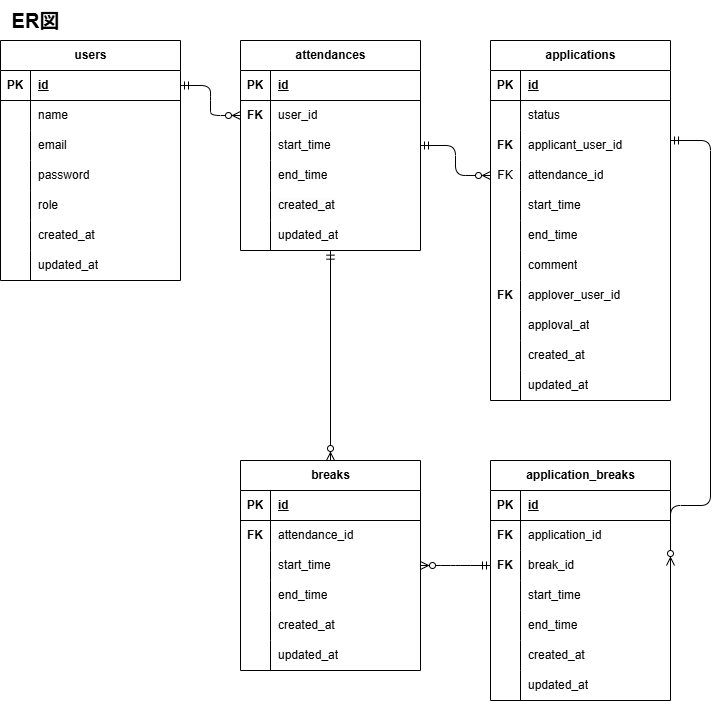
nayu1011/chronoworks keeps this draw.io diagram as docs/ERD.drawio.png. Above is the earlier version. Source tidied: cells renumbered, new cells last; positions are measured from the earlier drawing's top-left corner, leaving out a move shared by most shapes.
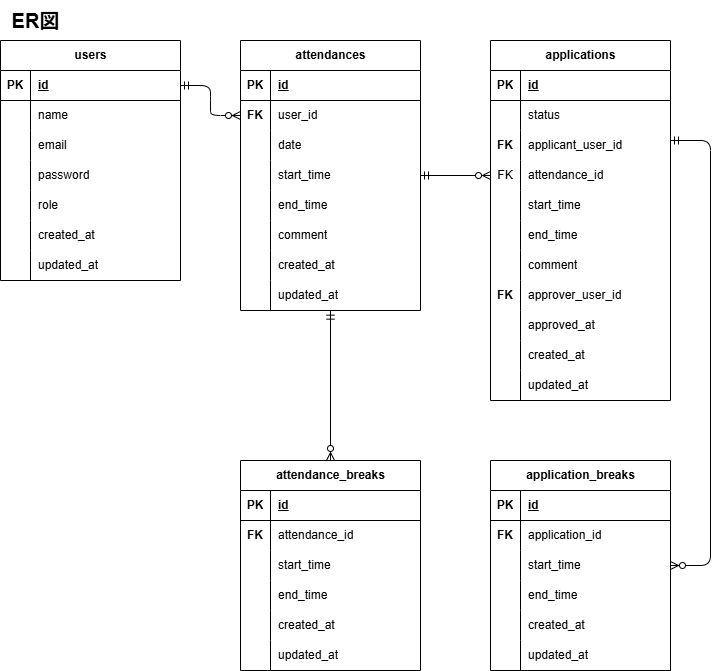
After the change.

What changed in the source:
```diff
@@ -1,4 +1,4 @@
-<mxGraphModel>
+<mxGraphModel background="#FFFFFF">
   <root>
     <mxCell id="0" />
     <mxCell id="1" parent="0" />
@@ -72,7 +72,7 @@
       <mxGeometry width="70" height="40" as="geometry" />
     </mxCell>
     <mxCell id="25" value="attendances" style="shape=table;startSize=30;rowLines=0;fontStyle=1;align=center;html=1;" parent="1" vertex="1">
-      <mxGeometry x="240" y="40" width="180" height="210" as="geometry" />
+      <mxGeometry x="240" y="40" width="180" height="270" as="geometry" />
     </mxCell>
     <mxCell id="26" style="shape=tableRow;horizontal=0;startSize=0;swimlaneHead=0;swimlaneBody=0;fillColor=none;top=0;left=0;right=0;bottom=1;" parent="25" vertex="1">
       <mxGeometry y="30" width="180" height="30" as="geometry" />
@@ -92,8 +92,17 @@
     <mxCell id="31" value="user_id" style="shape=partialRectangle;fillColor=none;top=0;left=0;bottom=0;right=0;align=left;spacingLeft=6;overflow=hidden;whiteSpace=wrap;html=1;" parent="29" vertex="1">
       <mxGeometry x="30" width="150" height="30" as="geometry" />
     </mxCell>
+    <mxCell id="104" style="shape=tableRow;horizontal=0;startSize=0;swimlaneHead=0;swimlaneBody=0;fillColor=none;points=[[0,0.5],[1,0.5]];portConstraint=eastwest;top=0;left=0;right=0;bottom=0;" parent="25" vertex="1">
+      <mxGeometry y="90" width="180" height="30" as="geometry" />
+    </mxCell>
+    <mxCell id="124" style="shape=partialRectangle;fillColor=none;top=0;left=0;bottom=0;right=0;overflow=hidden;whiteSpace=wrap;html=1;" parent="104" vertex="1">
+      <mxGeometry width="30" height="30" as="geometry" />
+    </mxCell>
+    <mxCell id="125" value="date" style="shape=partialRectangle;fillColor=none;top=0;left=0;bottom=0;right=0;align=left;spacingLeft=6;overflow=hidden;whiteSpace=wrap;html=1;" parent="104" vertex="1">
+      <mxGeometry x="30" width="150" height="30" as="geometry" />
+    </mxCell>
     <mxCell id="32" style="shape=tableRow;horizontal=0;startSize=0;swimlaneHead=0;swimlaneBody=0;fillColor=none;points=[[0,0.5],[1,0.5]];portConstraint=eastwest;top=0;left=0;right=0;bottom=0;" parent="25" vertex="1">
-      <mxGeometry y="90" width="180" height="30" as="geometry" />
+      <mxGeometry y="120" width="180" height="30" as="geometry" />
     </mxCell>
     <mxCell id="33" style="shape=partialRectangle;fillColor=none;top=0;left=0;bottom=0;right=0;overflow=hidden;whiteSpace=wrap;html=1;" parent="32" vertex="1">
       <mxGeometry width="30" height="30" as="geometry" />
@@ -102,7 +111,7 @@
       <mxGeometry x="30" width="150" height="30" as="geometry" />
     </mxCell>
     <mxCell id="35" style="shape=tableRow;horizontal=0;startSize=0;swimlaneHead=0;swimlaneBody=0;fillColor=none;top=0;left=0;right=0;bottom=0;" parent="25" vertex="1">
-      <mxGeometry y="120" width="180" height="30" as="geometry" />
+      <mxGeometry y="150" width="180" height="30" as="geometry" />
     </mxCell>
     <mxCell id="36" style="shape=partialRectangle;fillColor=none;top=0;left=0;bottom=0;right=0;overflow=hidden;whiteSpace=wrap;html=1;" parent="35" vertex="1">
       <mxGeometry width="30" height="30" as="geometry" />
@@ -110,8 +119,17 @@
     <mxCell id="37" value="end_time" style="shape=partialRectangle;fillColor=none;top=0;left=0;bottom=0;right=0;align=left;spacingLeft=6;overflow=hidden;whiteSpace=wrap;html=1;" parent="35" vertex="1">
       <mxGeometry x="30" width="150" height="30" as="geometry" />
     </mxCell>
+    <mxCell id="126" style="shape=tableRow;horizontal=0;startSize=0;swimlaneHead=0;swimlaneBody=0;fillColor=none;top=0;left=0;right=0;bottom=0;" parent="25" vertex="1">
+      <mxGeometry y="180" width="180" height="30" as="geometry" />
+    </mxCell>
+    <mxCell id="127" style="shape=partialRectangle;fillColor=none;top=0;left=0;bottom=0;right=0;overflow=hidden;whiteSpace=wrap;html=1;" parent="126" vertex="1">
+      <mxGeometry width="30" height="30" as="geometry" />
+    </mxCell>
+    <mxCell id="128" value="comment" style="shape=partialRectangle;fillColor=none;top=0;left=0;bottom=0;right=0;align=left;spacingLeft=6;overflow=hidden;whiteSpace=wrap;html=1;" parent="126" vertex="1">
+      <mxGeometry x="30" width="150" height="30" as="geometry" />
+    </mxCell>
     <mxCell id="38" style="shape=tableRow;horizontal=0;startSize=0;swimlaneHead=0;swimlaneBody=0;fillColor=none;top=0;left=0;right=0;bottom=0;" parent="25" vertex="1">
-      <mxGeometry y="150" width="180" height="30" as="geometry" />
+      <mxGeometry y="210" width="180" height="30" as="geometry" />
     </mxCell>
     <mxCell id="39" style="shape=partialRectangle;fillColor=none;top=0;left=0;bottom=0;right=0;overflow=hidden;whiteSpace=wrap;html=1;" parent="38" vertex="1">
       <mxGeometry width="30" height="30" as="geometry" />
@@ -120,7 +138,7 @@
       <mxGeometry x="30" width="150" height="30" as="geometry" />
     </mxCell>
     <mxCell id="41" style="shape=tableRow;horizontal=0;startSize=0;swimlaneHead=0;swimlaneBody=0;fillColor=none;points=[[0,0.5],[1,0.5]];portConstraint=eastwest;top=0;left=0;right=0;bottom=0;" parent="25" vertex="1">
-      <mxGeometry y="180" width="180" height="30" as="geometry" />
+      <mxGeometry y="240" width="180" height="30" as="geometry" />
     </mxCell>
     <mxCell id="42" style="shape=partialRectangle;fillColor=none;top=0;left=0;bottom=0;right=0;overflow=hidden;whiteSpace=wrap;html=1;" parent="41" vertex="1">
       <mxGeometry width="30" height="30" as="geometry" />
@@ -128,7 +146,7 @@
     <mxCell id="43" value="updated_at" style="shape=partialRectangle;fillColor=none;top=0;left=0;bottom=0;right=0;align=left;spacingLeft=6;overflow=hidden;whiteSpace=wrap;html=1;" parent="41" vertex="1">
       <mxGeometry x="30" width="150" height="30" as="geometry" />
     </mxCell>
-    <mxCell id="44" value="breaks" style="shape=table;startSize=30;rowLines=0;fontStyle=1;align=center;html=1;" parent="1" vertex="1">
+    <mxCell id="44" value="attendance_breaks" style="shape=table;startSize=30;rowLines=0;fontStyle=1;align=center;html=1;" parent="1" vertex="1">
       <mxGeometry x="240" y="460" width="180" height="210" as="geometry" />
     </mxCell>
     <mxCell id="45" style="shape=tableRow;horizontal=0;startSize=0;swimlaneHead=0;swimlaneBody=0;fillColor=none;top=0;left=0;right=0;bottom=1;" parent="44" vertex="1">
@@ -257,7 +275,7 @@
     <mxCell id="86" value="&lt;b&gt;FK&lt;/b&gt;" style="shape=partialRectangle;fillColor=none;top=0;left=0;bottom=0;right=0;overflow=hidden;whiteSpace=wrap;html=1;" parent="85" vertex="1">
       <mxGeometry width="30" height="30" as="geometry" />
     </mxCell>
-    <mxCell id="87" value="applover_user_id" style="shape=partialRectangle;fillColor=none;top=0;left=0;bottom=0;right=0;align=left;spacingLeft=6;overflow=hidden;whiteSpace=wrap;html=1;" parent="85" vertex="1">
+    <mxCell id="87" value="approver_user_id" style="shape=partialRectangle;fillColor=none;top=0;left=0;bottom=0;right=0;align=left;spacingLeft=6;overflow=hidden;whiteSpace=wrap;html=1;" parent="85" vertex="1">
       <mxGeometry x="30" width="150" height="30" as="geometry" />
     </mxCell>
     <mxCell id="88" style="shape=tableRow;horizontal=0;startSize=0;swimlaneHead=0;swimlaneBody=0;fillColor=none;top=0;left=0;right=0;bottom=0;" parent="63" vertex="1">
@@ -266,7 +284,7 @@
     <mxCell id="89" style="shape=partialRectangle;fillColor=none;top=0;left=0;bottom=0;right=0;overflow=hidden;whiteSpace=wrap;html=1;" parent="88" vertex="1">
       <mxGeometry width="30" height="30" as="geometry" />
     </mxCell>
-    <mxCell id="90" value="apploval_at" style="shape=partialRectangle;fillColor=none;top=0;left=0;bottom=0;right=0;align=left;spacingLeft=6;overflow=hidden;whiteSpace=wrap;html=1;" parent="88" vertex="1">
+    <mxCell id="90" value="approved_at" style="shape=partialRectangle;fillColor=none;top=0;left=0;bottom=0;right=0;align=left;spacingLeft=6;overflow=hidden;whiteSpace=wrap;html=1;" parent="88" vertex="1">
       <mxGeometry x="30" width="150" height="30" as="geometry" />
     </mxCell>
     <mxCell id="91" style="shape=tableRow;horizontal=0;startSize=0;swimlaneHead=0;swimlaneBody=0;fillColor=none;top=0;left=0;right=0;bottom=0;" parent="63" vertex="1">
@@ -288,7 +306,7 @@
       <mxGeometry x="30" width="150" height="30" as="geometry" />
     </mxCell>
     <mxCell id="97" value="application_breaks" style="shape=table;startSize=30;rowLines=0;fontStyle=1;align=center;html=1;" parent="1" vertex="1">
-      <mxGeometry x="490" y="460" width="180" height="240" as="geometry" />
+      <mxGeometry x="490" y="460" width="180" height="210" as="geometry" />
     </mxCell>
     <mxCell id="98" style="shape=tableRow;horizontal=0;startSize=0;swimlaneHead=0;swimlaneBody=0;fillColor=none;top=0;left=0;right=0;bottom=1;" parent="97" vertex="1">
       <mxGeometry y="30" width="180" height="30" as="geometry" />
@@ -308,17 +326,8 @@
     <mxCell id="103" value="application_id" style="shape=partialRectangle;fillColor=none;top=0;left=0;bottom=0;right=0;align=left;spacingLeft=6;overflow=hidden;whiteSpace=wrap;html=1;" parent="101" vertex="1">
       <mxGeometry x="30" width="150" height="30" as="geometry" />
     </mxCell>
-    <mxCell id="104" style="shape=tableRow;horizontal=0;startSize=0;swimlaneHead=0;swimlaneBody=0;fillColor=none;points=[[0,0.5],[1,0.5]];portConstraint=eastwest;top=0;left=0;right=0;bottom=0;" parent="97" vertex="1">
-      <mxGeometry y="90" width="180" height="30" as="geometry" />
-    </mxCell>
-    <mxCell id="105" value="&lt;b&gt;FK&lt;/b&gt;" style="shape=partialRectangle;fillColor=none;top=0;left=0;bottom=0;right=0;overflow=hidden;whiteSpace=wrap;html=1;" parent="104" vertex="1">
-      <mxGeometry width="30" height="30" as="geometry" />
-    </mxCell>
-    <mxCell id="106" value="break_id" style="shape=partialRectangle;fillColor=none;top=0;left=0;bottom=0;right=0;align=left;spacingLeft=6;overflow=hidden;whiteSpace=wrap;html=1;" parent="104" vertex="1">
-      <mxGeometry x="30" width="150" height="30" as="geometry" />
-    </mxCell>
     <mxCell id="107" style="shape=tableRow;horizontal=0;startSize=0;swimlaneHead=0;swimlaneBody=0;fillColor=none;top=0;left=0;right=0;bottom=0;" parent="97" vertex="1">
-      <mxGeometry y="120" width="180" height="30" as="geometry" />
+      <mxGeometry y="90" width="180" height="30" as="geometry" />
     </mxCell>
     <mxCell id="108" style="shape=partialRectangle;fillColor=none;top=0;left=0;bottom=0;right=0;overflow=hidden;whiteSpace=wrap;html=1;" parent="107" vertex="1">
       <mxGeometry width="30" height="30" as="geometry" />
@@ -327,7 +336,7 @@
       <mxGeometry x="30" width="150" height="30" as="geometry" />
     </mxCell>
     <mxCell id="110" style="shape=tableRow;horizontal=0;startSize=0;swimlaneHead=0;swimlaneBody=0;fillColor=none;top=0;left=0;right=0;bottom=0;" parent="97" vertex="1">
-      <mxGeometry y="150" width="180" height="30" as="geometry" />
+      <mxGeometry y="120" width="180" height="30" as="geometry" />
     </mxCell>
     <mxCell id="111" style="shape=partialRectangle;fillColor=none;top=0;left=0;bottom=0;right=0;overflow=hidden;whiteSpace=wrap;html=1;" parent="110" vertex="1">
       <mxGeometry width="30" height="30" as="geometry" />
@@ -336,7 +345,7 @@
       <mxGeometry x="30" width="150" height="30" as="geometry" />
     </mxCell>
     <mxCell id="113" style="shape=tableRow;horizontal=0;startSize=0;swimlaneHead=0;swimlaneBody=0;fillColor=none;top=0;left=0;right=0;bottom=0;" parent="97" vertex="1">
-      <mxGeometry y="180" width="180" height="30" as="geometry" />
+      <mxGeometry y="150" width="180" height="30" as="geometry" />
     </mxCell>
     <mxCell id="114" style="shape=partialRectangle;fillColor=none;top=0;left=0;bottom=0;right=0;overflow=hidden;whiteSpace=wrap;html=1;" parent="113" vertex="1">
       <mxGeometry width="30" height="30" as="geometry" />
@@ -345,7 +354,7 @@
       <mxGeometry x="30" width="150" height="30" as="geometry" />
     </mxCell>
     <mxCell id="116" style="shape=tableRow;horizontal=0;startSize=0;swimlaneHead=0;swimlaneBody=0;fillColor=none;top=0;left=0;right=0;bottom=0;" parent="97" vertex="1">
-      <mxGeometry y="210" width="180" height="30" as="geometry" />
+      <mxGeometry y="180" width="180" height="30" as="geometry" />
     </mxCell>
     <mxCell id="117" style="shape=partialRectangle;fillColor=none;top=0;left=0;bottom=0;right=0;overflow=hidden;whiteSpace=wrap;html=1;" parent="116" vertex="1">
       <mxGeometry width="30" height="30" as="geometry" />
@@ -359,17 +368,15 @@
     <mxCell id="120" style="edgeStyle=orthogonalEdgeStyle;fontSize=12;html=1;endArrow=ERzeroToMany;startArrow=ERmandOne;exitX=1;exitY=0.5;exitDx=0;exitDy=0;entryX=0;entryY=0.5;entryDx=0;entryDy=0;endFill=0;" parent="1" edge="1" source="32" target="73">
       <mxGeometry relative="1" as="geometry" />
     </mxCell>
-    <mxCell id="121" style="edgeStyle=orthogonalEdgeStyle;fontSize=12;html=1;endArrow=ERzeroToMany;startArrow=ERmandOne;entryX=1;entryY=0.5;entryDx=0;entryDy=0;exitX=1;exitY=0.333;exitDx=0;exitDy=0;exitPerimeter=0;" parent="1" edge="1" source="70" target="104">
+    <mxCell id="121" style="edgeStyle=orthogonalEdgeStyle;fontSize=12;html=1;endArrow=ERzeroToMany;startArrow=ERmandOne;entryX=1;entryY=0.5;entryDx=0;entryDy=0;exitX=1;exitY=0.333;exitDx=0;exitDy=0;exitPerimeter=0;" parent="1" edge="1" source="70">
       <mxGeometry relative="1" as="geometry">
+        <mxPoint x="670" y="565" as="targetPoint" />
         <Array as="points">
           <mxPoint x="710" y="140" />
-          <mxPoint x="710" y="505" />
+          <mxPoint x="710" y="565" />
         </Array>
       </mxGeometry>
     </mxCell>
-    <mxCell id="122" style="edgeStyle=entityRelationEdgeStyle;fontSize=12;html=1;endArrow=ERzeroToMany;startArrow=ERmandOne;exitX=0;exitY=0.5;exitDx=0;exitDy=0;entryX=1;entryY=0.5;entryDx=0;entryDy=0;" parent="1" edge="1" source="104" target="51">
-      <mxGeometry relative="1" as="geometry" />
-    </mxCell>
     <mxCell id="123" style="fontSize=12;html=1;endArrow=ERzeroToMany;startArrow=ERmandOne;exitX=0.5;exitY=1.022;exitDx=0;exitDy=0;exitPerimeter=0;entryX=0.5;entryY=0;entryDx=0;entryDy=0;" parent="1" edge="1" source="41" target="44">
       <mxGeometry relative="1" as="geometry" />
     </mxCell>
```
